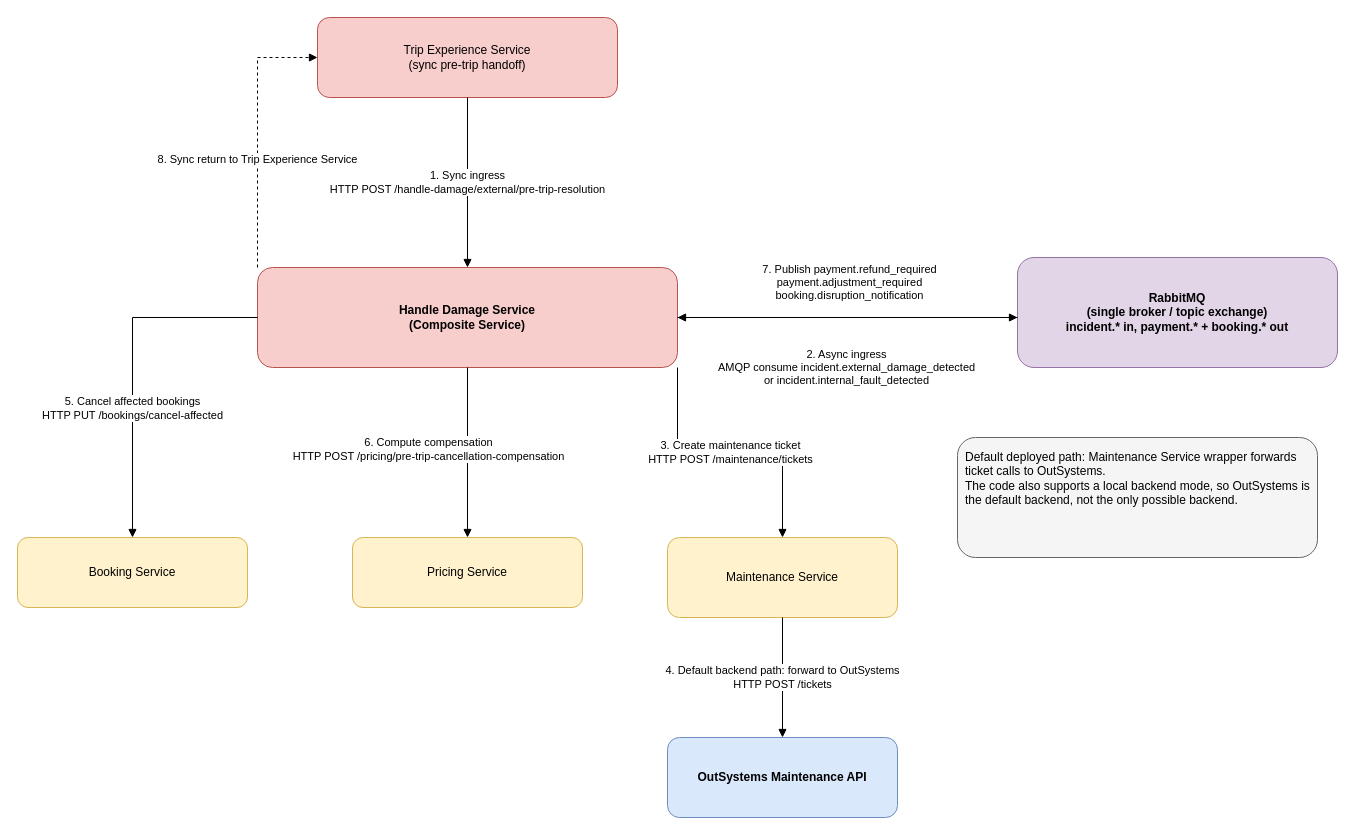
The draw.io diagram docs/report/3a-handle-damage-recovery.drawio in srikartejab/fleetshare, before the edit. Source tidied: cells renumbered, new cells numbered last; positions are measured from the earlier drawing's top-left corner, leaving out a move shared by most shapes. Both pictures are drawn from the tidied source at 100%, with x=0, y=0 at pixel (17, 17).
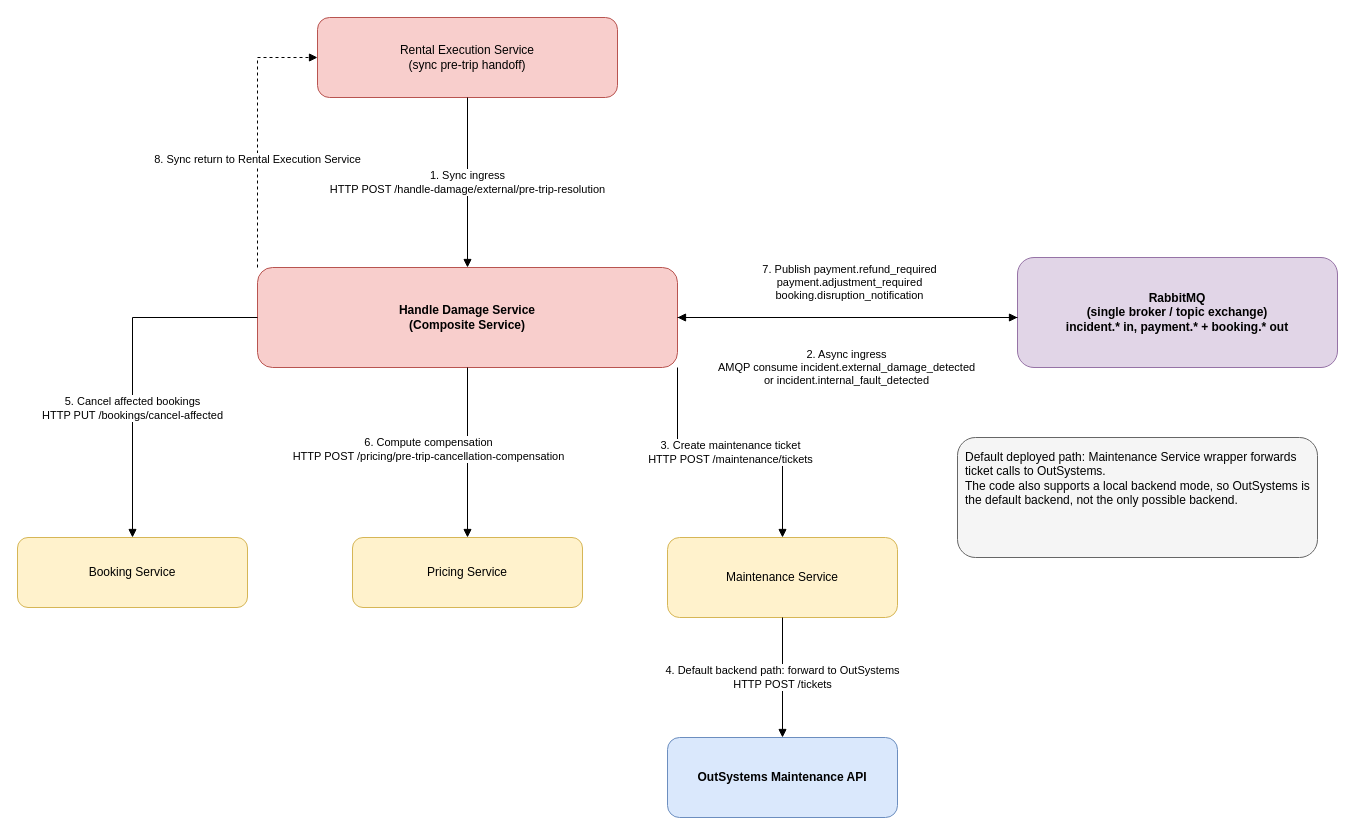
After the change.

The change refers to these unchanged cells:
```xml
<mxCell id="3" value="Handle Damage Service&#10;(Composite Service)" style="rounded=1;whiteSpace=wrap;html=1;fillColor=#f8cecc;strokeColor=#b85450;fontStyle=1;" parent="1" vertex="1">
  <mxGeometry x="240" y="250" width="420" height="100" as="geometry" />
</mxCell>
```

Diff of the diagram source:
```diff
@@
-    <mxCell id="2" value="Trip Experience Service&#10;(sync pre-trip handoff)" style="rounded=1;whiteSpace=wrap;html=1;fillColor=#f8cecc;strokeColor=#b85450;" parent="1" vertex="1">
+    <mxCell id="2" value="Rental Execution Service&#10;(sync pre-trip handoff)" style="rounded=1;whiteSpace=wrap;html=1;fillColor=#f8cecc;strokeColor=#b85450;" parent="1" vertex="1">
       <mxGeometry x="300" width="300" height="80" as="geometry" />
     </mxCell>
@@
-    <mxCell id="17" value="8. Sync return to Trip Experience Service" style="edgeStyle=orthogonalEdgeStyle;rounded=0;html=1;endArrow=block;endFill=1;dashed=1;" parent="1" edge="1" source="3" target="2">
+    <mxCell id="17" value="8. Sync return to Rental Execution Service" style="edgeStyle=orthogonalEdgeStyle;rounded=0;html=1;endArrow=block;endFill=1;dashed=1;" parent="1" edge="1" source="3" target="2">
       <mxGeometry x="-0.2" relative="1" as="geometry">
         <Array as="points">
           <mxPoint x="240" y="40" />
         </Array>
       </mxGeometry>
     </mxCell>
```
